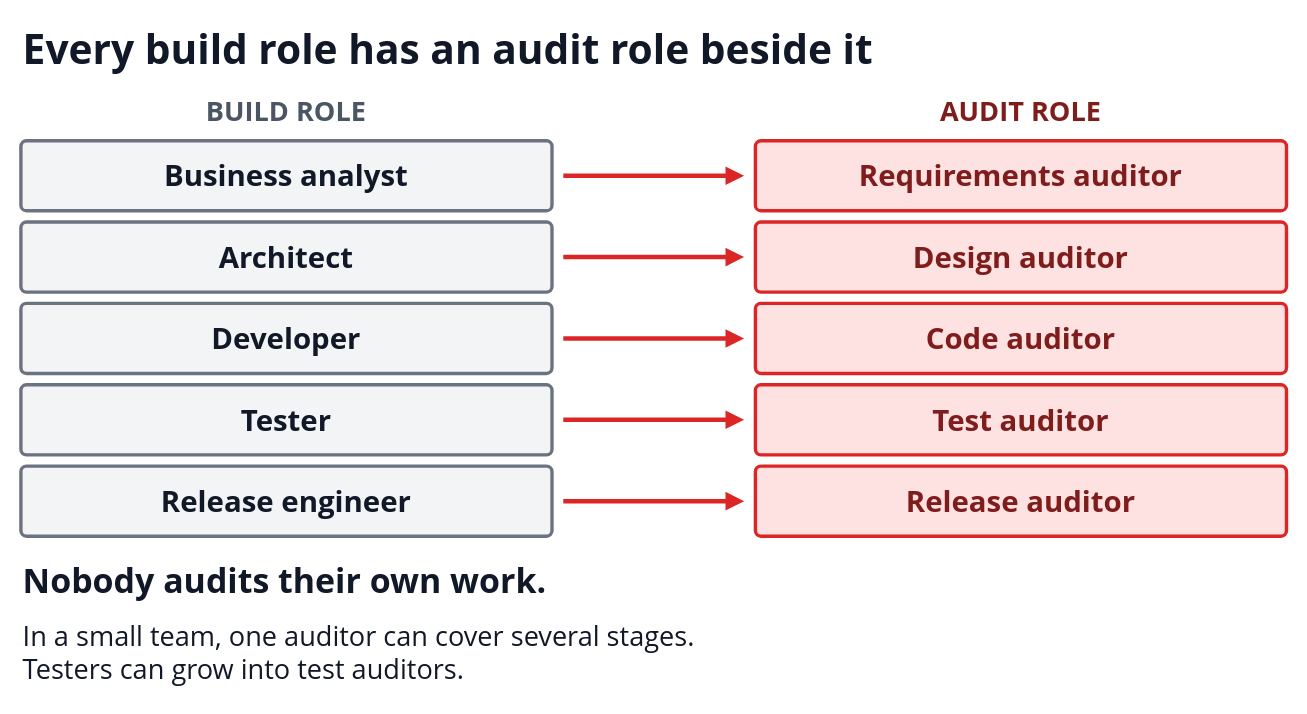
Earlier version of the draw.io diagram diagrams/04-roles-rotation.drawio (i-asimkhan/ledger-layer-pattern). Source tidied: cells renumbered, new cells numbered last; positions are measured from the earlier drawing's top-left corner, leaving out a move shared by most shapes. Both pictures are drawn from the tidied source at 113%, with x=0, y=0 at pixel (20, 19).
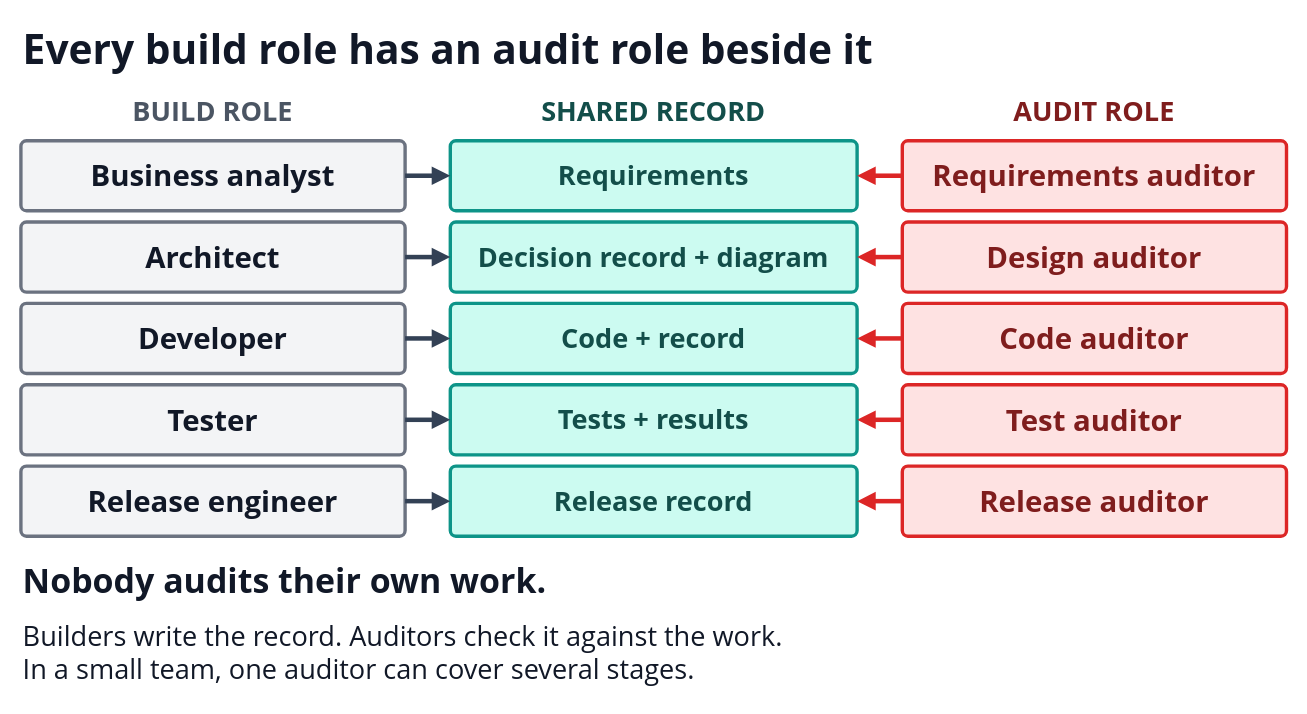
Above is the later version.

Change to the diagram source:
```diff
@@
     <mxCell id="3" value="BUILD ROLE" style="text;html=1;strokeColor=none;fillColor=none;whiteSpace=wrap;verticalAlign=middle;align=center;fontSize=24;fontColor=#4B5563;fontFamily=Segoe UI;fontStyle=1;" parent="1" vertex="1">
-      <mxGeometry y="64" width="470" height="34" as="geometry" />
+      <mxGeometry y="64" width="340" height="34" as="geometry" />
     </mxCell>
-    <mxCell id="4" value="AUDIT ROLE" style="text;html=1;strokeColor=none;fillColor=none;whiteSpace=wrap;verticalAlign=middle;align=center;fontSize=24;fontColor=#7F1D1D;fontFamily=Segoe UI;fontStyle=1;" parent="1" vertex="1">
-      <mxGeometry x="650" y="64" width="470" height="34" as="geometry" />
+    <mxCell id="4" value="SHARED RECORD" style="text;html=1;strokeColor=none;fillColor=none;whiteSpace=wrap;verticalAlign=middle;align=center;fontSize=24;fontColor=#134E4A;fontFamily=Segoe UI;fontStyle=1;" parent="1" vertex="1">
+      <mxGeometry x="380" y="64" width="360" height="34" as="geometry" />
     </mxCell>
-    <mxCell id="5" value="&lt;span style=&quot;font-size:26px&quot;&gt;&lt;b&gt;Business analyst&lt;/b&gt;&lt;/span&gt;" style="rounded=1;arcSize=8;whiteSpace=wrap;html=1;fillColor=#F3F4F6;strokeColor=#6B7280;fontColor=#111827;strokeWidth=3;align=center;verticalAlign=middle;fontSize=24;fontFamily=Segoe UI;" parent="1" vertex="1">
-      <mxGeometry y="107" width="470" height="62" as="geometry" />
+    <mxCell id="5" value="AUDIT ROLE" style="text;html=1;strokeColor=none;fillColor=none;whiteSpace=wrap;verticalAlign=middle;align=center;fontSize=24;fontColor=#7F1D1D;fontFamily=Segoe UI;fontStyle=1;" parent="1" vertex="1">
+      <mxGeometry x="780" y="64" width="340" height="34" as="geometry" />
     </mxCell>
-    <mxCell id="6" value="&lt;span style=&quot;font-size:26px&quot;&gt;&lt;b&gt;Requirements auditor&lt;/b&gt;&lt;/span&gt;" style="rounded=1;arcSize=8;whiteSpace=wrap;html=1;fillColor=#FEE2E2;strokeColor=#DC2626;fontColor=#7F1D1D;strokeWidth=3;align=center;verticalAlign=middle;fontSize=24;fontFamily=Segoe UI;" parent="1" vertex="1">
-      <mxGeometry x="650" y="107" width="470" height="62" as="geometry" />
+    <mxCell id="6" value="&lt;span style=&quot;font-size:26px&quot;&gt;&lt;b&gt;Business analyst&lt;/b&gt;&lt;/span&gt;" style="rounded=1;arcSize=8;whiteSpace=wrap;html=1;fillColor=#F3F4F6;strokeColor=#6B7280;fontColor=#111827;strokeWidth=3;align=center;verticalAlign=middle;fontSize=24;fontFamily=Segoe UI;" parent="1" vertex="1">
+      <mxGeometry y="107" width="340" height="62" as="geometry" />
     </mxCell>
-    <mxCell id="7" style="endArrow=block;endFill=1;html=1;rounded=0;strokeColor=#DC2626;strokeWidth=4;" parent="1" edge="1">
-      <mxGeometry relative="1" as="geometry">
-        <mxPoint x="480" y="138" as="sourcePoint" />
-        <mxPoint x="640" y="138" as="targetPoint" />
-      </mxGeometry>
+    <mxCell id="7" value="&lt;span style=&quot;font-size:24px&quot;&gt;&lt;b&gt;Requirements&lt;/b&gt;&lt;/span&gt;" style="rounded=1;arcSize=8;whiteSpace=wrap;html=1;fillColor=#CCFBF1;strokeColor=#0D9488;fontColor=#134E4A;strokeWidth=3;align=center;verticalAlign=middle;fontSize=24;fontFamily=Segoe UI;" parent="1" vertex="1">
+      <mxGeometry x="380" y="107" width="360" height="62" as="geometry" />
     </mxCell>
-    <mxCell id="8" value="&lt;span style=&quot;font-size:26px&quot;&gt;&lt;b&gt;Architect&lt;/b&gt;&lt;/span&gt;" style="rounded=1;arcSize=8;whiteSpace=wrap;html=1;fillColor=#F3F4F6;strokeColor=#6B7280;fontColor=#111827;strokeWidth=3;align=center;verticalAlign=middle;fontSize=24;fontFamily=Segoe UI;" parent="1" vertex="1">
-      <mxGeometry y="179" width="470" height="62" as="geometry" />
+    <mxCell id="8" value="&lt;span style=&quot;font-size:26px&quot;&gt;&lt;b&gt;Requirements auditor&lt;/b&gt;&lt;/span&gt;" style="rounded=1;arcSize=8;whiteSpace=wrap;html=1;fillColor=#FEE2E2;strokeColor=#DC2626;fontColor=#7F1D1D;strokeWidth=3;align=center;verticalAlign=middle;fontSize=24;fontFamily=Segoe UI;" parent="1" vertex="1">
+      <mxGeometry x="780" y="107" width="340" height="62" as="geometry" />
     </mxCell>
-    <mxCell id="9" value="&lt;span style=&quot;font-size:26px&quot;&gt;&lt;b&gt;Design auditor&lt;/b&gt;&lt;/span&gt;" style="rounded=1;arcSize=8;whiteSpace=wrap;html=1;fillColor=#FEE2E2;strokeColor=#DC2626;fontColor=#7F1D1D;strokeWidth=3;align=center;verticalAlign=middle;fontSize=24;fontFamily=Segoe UI;" parent="1" vertex="1">
-      <mxGeometry x="650" y="179" width="470" height="62" as="geometry" />
+    <mxCell id="9" style="endArrow=block;endFill=1;html=1;rounded=0;strokeColor=#334155;strokeWidth=4;" parent="1" edge="1">
+      <mxGeometry relative="1" as="geometry">
+        <mxPoint x="340" y="138" as="sourcePoint" />
+        <mxPoint x="380" y="138" as="targetPoint" />
+      </mxGeometry>
     </mxCell>
     <mxCell id="10" style="endArrow=block;endFill=1;html=1;rounded=0;strokeColor=#DC2626;strokeWidth=4;" parent="1" edge="1">
       <mxGeometry relative="1" as="geometry">
-        <mxPoint x="480" y="210" as="sourcePoint" />
-        <mxPoint x="640" y="210" as="targetPoint" />
+        <mxPoint x="780" y="138" as="sourcePoint" />
+        <mxPoint x="740" y="138" as="targetPoint" />
       </mxGeometry>
     </mxCell>
-    <mxCell id="11" value="&lt;span style=&quot;font-size:26px&quot;&gt;&lt;b&gt;Developer&lt;/b&gt;&lt;/span&gt;" style="rounded=1;arcSize=8;whiteSpace=wrap;html=1;fillColor=#F3F4F6;strokeColor=#6B7280;fontColor=#111827;strokeWidth=3;align=center;verticalAlign=middle;fontSize=24;fontFamily=Segoe UI;" parent="1" vertex="1">
-      <mxGeometry y="251" width="470" height="62" as="geometry" />
+    <mxCell id="11" value="&lt;span style=&quot;font-size:26px&quot;&gt;&lt;b&gt;Architect&lt;/b&gt;&lt;/span&gt;" style="rounded=1;arcSize=8;whiteSpace=wrap;html=1;fillColor=#F3F4F6;strokeColor=#6B7280;fontColor=#111827;strokeWidth=3;align=center;verticalAlign=middle;fontSize=24;fontFamily=Segoe UI;" parent="1" vertex="1">
+      <mxGeometry y="179" width="340" height="62" as="geometry" />
     </mxCell>
-    <mxCell id="12" value="&lt;span style=&quot;font-size:26px&quot;&gt;&lt;b&gt;Code auditor&lt;/b&gt;&lt;/span&gt;" style="rounded=1;arcSize=8;whiteSpace=wrap;html=1;fillColor=#FEE2E2;strokeColor=#DC2626;fontColor=#7F1D1D;strokeWidth=3;align=center;verticalAlign=middle;fontSize=24;fontFamily=Segoe UI;" parent="1" vertex="1">
-      <mxGeometry x="650" y="251" width="470" height="62" as="geometry" />
+    <mxCell id="12" value="&lt;span style=&quot;font-size:24px&quot;&gt;&lt;b&gt;Decision record + diagram&lt;/b&gt;&lt;/span&gt;" style="rounded=1;arcSize=8;whiteSpace=wrap;html=1;fillColor=#CCFBF1;strokeColor=#0D9488;fontColor=#134E4A;strokeWidth=3;align=center;verticalAlign=middle;fontSize=24;fontFamily=Segoe UI;" parent="1" vertex="1">
+      <mxGeometry x="380" y="179" width="360" height="62" as="geometry" />
     </mxCell>
-    <mxCell id="13" style="endArrow=block;endFill=1;html=1;rounded=0;strokeColor=#DC2626;strokeWidth=4;" parent="1" edge="1">
-      <mxGeometry relative="1" as="geometry">
-        <mxPoint x="480" y="282" as="sourcePoint" />
-        <mxPoint x="640" y="282" as="targetPoint" />
-      </mxGeometry>
+    <mxCell id="13" value="&lt;span style=&quot;font-size:26px&quot;&gt;&lt;b&gt;Design auditor&lt;/b&gt;&lt;/span&gt;" style="rounded=1;arcSize=8;whiteSpace=wrap;html=1;fillColor=#FEE2E2;strokeColor=#DC2626;fontColor=#7F1D1D;strokeWidth=3;align=center;verticalAlign=middle;fontSize=24;fontFamily=Segoe UI;" parent="1" vertex="1">
+      <mxGeometry x="780" y="179" width="340" height="62" as="geometry" />
     </mxCell>
-    <mxCell id="14" value="&lt;span style=&quot;font-size:26px&quot;&gt;&lt;b&gt;Tester&lt;/b&gt;&lt;/span&gt;" style="rounded=1;arcSize=8;whiteSpace=wrap;html=1;fillColor=#F3F4F6;strokeColor=#6B7280;fontColor=#111827;strokeWidth=3;align=center;verticalAlign=middle;fontSize=24;fontFamily=Segoe UI;" parent="1" vertex="1">
-      <mxGeometry y="323" width="470" height="62" as="geometry" />
+    <mxCell id="14" style="endArrow=block;endFill=1;html=1;rounded=0;strokeColor=#334155;strokeWidth=4;" parent="1" edge="1">
+      <mxGeometry relative="1" as="geometry">
+        <mxPoint x="340" y="210" as="sourcePoint" />
+        <mxPoint x="380" y="210" as="targetPoint" />
+      </mxGeometry>
     </mxCell>
-    <mxCell id="15" value="&lt;span style=&quot;font-size:26px&quot;&gt;&lt;b&gt;Test auditor&lt;/b&gt;&lt;/span&gt;" style="rounded=1;arcSize=8;whiteSpace=wrap;html=1;fillColor=#FEE2E2;strokeColor=#DC2626;fontColor=#7F1D1D;strokeWidth=3;align=center;verticalAlign=middle;fontSize=24;fontFamily=Segoe UI;" parent="1" vertex="1">
-      <mxGeometry x="650" y="323" width="470" height="62" as="geometry" />
+    <mxCell id="15" style="endArrow=block;endFill=1;html=1;rounded=0;strokeColor=#DC2626;strokeWidth=4;" parent="1" edge="1">
+      <mxGeometry relative="1" as="geometry">
+        <mxPoint x="780" y="210" as="sourcePoint" />
+        <mxPoint x="740" y="210" as="targetPoint" />
+      </mxGeometry>
     </mxCell>
-    <mxCell id="16" style="endArrow=block;endFill=1;html=1;rounded=0;strokeColor=#DC2626;strokeWidth=4;" parent="1" edge="1">
-      <mxGeometry relative="1" as="geometry">
-        <mxPoint x="480" y="354" as="sourcePoint" />
-        <mxPoint x="640" y="354" as="targetPoint" />
-      </mxGeometry>
+    <mxCell id="16" value="&lt;span style=&quot;font-size:26px&quot;&gt;&lt;b&gt;Developer&lt;/b&gt;&lt;/span&gt;" style="rounded=1;arcSize=8;whiteSpace=wrap;html=1;fillColor=#F3F4F6;strokeColor=#6B7280;fontColor=#111827;strokeWidth=3;align=center;verticalAlign=middle;fontSize=24;fontFamily=Segoe UI;" parent="1" vertex="1">
+      <mxGeometry y="251" width="340" height="62" as="geometry" />
     </mxCell>
-    <mxCell id="17" value="&lt;span style=&quot;font-size:26px&quot;&gt;&lt;b&gt;Release engineer&lt;/b&gt;&lt;/span&gt;" style="rounded=1;arcSize=8;whiteSpace=wrap;html=1;fillColor=#F3F4F6;strokeColor=#6B7280;fontColor=#111827;strokeWidth=3;align=center;verticalAlign=middle;fontSize=24;fontFamily=Segoe UI;" parent="1" vertex="1">
-      <mxGeometry y="395" width="470" height="62" as="geometry" />
+    <mxCell id="17" value="&lt;span style=&quot;font-size:24px&quot;&gt;&lt;b&gt;Code + record&lt;/b&gt;&lt;/span&gt;" style="rounded=1;arcSize=8;whiteSpace=wrap;html=1;fillColor=#CCFBF1;strokeColor=#0D9488;fontColor=#134E4A;strokeWidth=3;align=center;verticalAlign=middle;fontSize=24;fontFamily=Segoe UI;" parent="1" vertex="1">
+      <mxGeometry x="380" y="251" width="360" height="62" as="geometry" />
     </mxCell>
-    <mxCell id="18" value="&lt;span style=&quot;font-size:26px&quot;&gt;&lt;b&gt;Release auditor&lt;/b&gt;&lt;/span&gt;" style="rounded=1;arcSize=8;whiteSpace=wrap;html=1;fillColor=#FEE2E2;strokeColor=#DC2626;fontColor=#7F1D1D;strokeWidth=3;align=center;verticalAlign=middle;fontSize=24;fontFamily=Segoe UI;" parent="1" vertex="1">
-      <mxGeometry x="650" y="395" width="470" height="62" as="geometry" />
+    <mxCell id="18" value="&lt;span style=&quot;font-size:26px&quot;&gt;&lt;b&gt;Code auditor&lt;/b&gt;&lt;/span&gt;" style="rounded=1;arcSize=8;whiteSpace=wrap;html=1;fillColor=#FEE2E2;strokeColor=#DC2626;fontColor=#7F1D1D;strokeWidth=3;align=center;verticalAlign=middle;fontSize=24;fontFamily=Segoe UI;" parent="1" vertex="1">
+      <mxGeometry x="780" y="251" width="340" height="62" as="geometry" />
     </mxCell>
-    <mxCell id="19" style="endArrow=block;endFill=1;html=1;rounded=0;strokeColor=#DC2626;strokeWidth=4;" parent="1" edge="1">
+    <mxCell id="19" style="endArrow=block;endFill=1;html=1;rounded=0;strokeColor=#334155;strokeWidth=4;" parent="1" edge="1">
       <mxGeometry relative="1" as="geometry">
-        <mxPoint x="480" y="426" as="sourcePoint" />
-        <mxPoint x="640" y="426" as="targetPoint" />
+        <mxPoint x="340" y="282" as="sourcePoint" />
+        <mxPoint x="380" y="282" as="targetPoint" />
       </mxGeometry>
     </mxCell>
-    <mxCell id="20" value="Nobody audits their own work." style="text;html=1;strokeColor=none;fillColor=none;whiteSpace=wrap;verticalAlign=middle;align=left;fontSize=30;fontColor=#111827;fontFamily=Segoe UI;fontStyle=1;" parent="1" vertex="1">
-      <mxGeometry y="476" width="1120" height="40" as="geometry" />
+    <mxCell id="20" style="endArrow=block;endFill=1;html=1;rounded=0;strokeColor=#DC2626;strokeWidth=4;" parent="1" edge="1">
+      <mxGeometry relative="1" as="geometry">
+        <mxPoint x="780" y="282" as="sourcePoint" />
+        <mxPoint x="740" y="282" as="targetPoint" />
+      </mxGeometry>
     </mxCell>
-    <mxCell id="21" value="In a small team, one auditor can cover several stages.&lt;br&gt;Testers can grow into test auditors." style="text;html=1;strokeColor=none;fillColor=none;whiteSpace=wrap;verticalAlign=middle;align=left;fontSize=24;fontColor=#111827;fontFamily=Segoe UI;fontStyle=0;" parent="1" vertex="1">
-      <mxGeometry y="522" width="1120" height="76" as="geometry" />
+    <mxCell id="21" value="&lt;span style=&quot;font-size:26px&quot;&gt;&lt;b&gt;Tester&lt;/b&gt;&lt;/span&gt;" style="rounded=1;arcSize=8;whiteSpace=wrap;html=1;fillColor=#F3F4F6;strokeColor=#6B7280;fontColor=#111827;strokeWidth=3;align=center;verticalAlign=middle;fontSize=24;fontFamily=Segoe UI;" parent="1" vertex="1">
+      <mxGeometry y="323" width="340" height="62" as="geometry" />
     </mxCell>
+    <mxCell id="22" value="&lt;span style=&quot;font-size:24px&quot;&gt;&lt;b&gt;Tests + results&lt;/b&gt;&lt;/span&gt;" style="rounded=1;arcSize=8;whiteSpace=wrap;html=1;fillColor=#CCFBF1;strokeColor=#0D9488;fontColor=#134E4A;strokeWidth=3;align=center;verticalAlign=middle;fontSize=24;fontFamily=Segoe UI;" parent="1" vertex="1">
+      <mxGeometry x="380" y="323" width="360" height="62" as="geometry" />
+    </mxCell>
+    <mxCell id="23" value="&lt;span style=&quot;font-size:26px&quot;&gt;&lt;b&gt;Test auditor&lt;/b&gt;&lt;/span&gt;" style="rounded=1;arcSize=8;whiteSpace=wrap;html=1;fillColor=#FEE2E2;strokeColor=#DC2626;fontColor=#7F1D1D;strokeWidth=3;align=center;verticalAlign=middle;fontSize=24;fontFamily=Segoe UI;" parent="1" vertex="1">
+      <mxGeometry x="780" y="323" width="340" height="62" as="geometry" />
+    </mxCell>
+    <mxCell id="24" style="endArrow=block;endFill=1;html=1;rounded=0;strokeColor=#334155;strokeWidth=4;" parent="1" edge="1">
+      <mxGeometry relative="1" as="geometry">
+        <mxPoint x="340" y="354" as="sourcePoint" />
+        <mxPoint x="380" y="354" as="targetPoint" />
+      </mxGeometry>
+    </mxCell>
+    <mxCell id="25" style="endArrow=block;endFill=1;html=1;rounded=0;strokeColor=#DC2626;strokeWidth=4;" parent="1" edge="1">
+      <mxGeometry relative="1" as="geometry">
+        <mxPoint x="780" y="354" as="sourcePoint" />
+        <mxPoint x="740" y="354" as="targetPoint" />
+      </mxGeometry>
+    </mxCell>
+    <mxCell id="26" value="&lt;span style=&quot;font-size:26px&quot;&gt;&lt;b&gt;Release engineer&lt;/b&gt;&lt;/span&gt;" style="rounded=1;arcSize=8;whiteSpace=wrap;html=1;fillColor=#F3F4F6;strokeColor=#6B7280;fontColor=#111827;strokeWidth=3;align=center;verticalAlign=middle;fontSize=24;fontFamily=Segoe UI;" parent="1" vertex="1">
+      <mxGeometry y="395" width="340" height="62" as="geometry" />
+    </mxCell>
+    <mxCell id="27" value="&lt;span style=&quot;font-size:24px&quot;&gt;&lt;b&gt;Release record&lt;/b&gt;&lt;/span&gt;" style="rounded=1;arcSize=8;whiteSpace=wrap;html=1;fillColor=#CCFBF1;strokeColor=#0D9488;fontColor=#134E4A;strokeWidth=3;align=center;verticalAlign=middle;fontSize=24;fontFamily=Segoe UI;" parent="1" vertex="1">
+      <mxGeometry x="380" y="395" width="360" height="62" as="geometry" />
+    </mxCell>
+    <mxCell id="28" value="&lt;span style=&quot;font-size:26px&quot;&gt;&lt;b&gt;Release auditor&lt;/b&gt;&lt;/span&gt;" style="rounded=1;arcSize=8;whiteSpace=wrap;html=1;fillColor=#FEE2E2;strokeColor=#DC2626;fontColor=#7F1D1D;strokeWidth=3;align=center;verticalAlign=middle;fontSize=24;fontFamily=Segoe UI;" parent="1" vertex="1">
+      <mxGeometry x="780" y="395" width="340" height="62" as="geometry" />
+    </mxCell>
+    <mxCell id="29" style="endArrow=block;endFill=1;html=1;rounded=0;strokeColor=#334155;strokeWidth=4;" parent="1" edge="1">
+      <mxGeometry relative="1" as="geometry">
+        <mxPoint x="340" y="426" as="sourcePoint" />
+        <mxPoint x="380" y="426" as="targetPoint" />
+      </mxGeometry>
+    </mxCell>
+    <mxCell id="30" style="endArrow=block;endFill=1;html=1;rounded=0;strokeColor=#DC2626;strokeWidth=4;" parent="1" edge="1">
+      <mxGeometry relative="1" as="geometry">
+        <mxPoint x="780" y="426" as="sourcePoint" />
+        <mxPoint x="740" y="426" as="targetPoint" />
+      </mxGeometry>
+    </mxCell>
+    <mxCell id="31" value="Nobody audits their own work." style="text;html=1;strokeColor=none;fillColor=none;whiteSpace=wrap;verticalAlign=middle;align=left;fontSize=30;fontColor=#111827;fontFamily=Segoe UI;fontStyle=1;" parent="1" vertex="1">
+      <mxGeometry y="476" width="1120" height="40" as="geometry" />
+    </mxCell>
+    <mxCell id="32" value="Builders write the record. Auditors check it against the work.&lt;br&gt;In a small team, one auditor can cover several stages." style="text;html=1;strokeColor=none;fillColor=none;whiteSpace=wrap;verticalAlign=middle;align=left;fontSize=24;fontColor=#111827;fontFamily=Segoe UI;fontStyle=0;" parent="1" vertex="1">
+      <mxGeometry y="522" width="1120" height="76" as="geometry" />
+    </mxCell>
```
